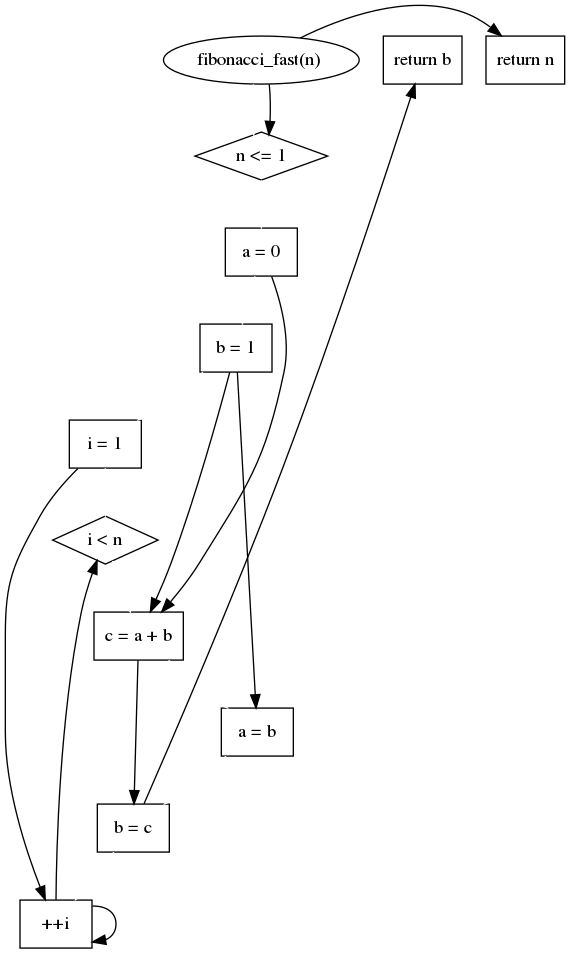
The Graphviz diagram ddg.gv.png in Olshanskaya/data_dependency_graph, before a commit. Its source is kept beside it as ddg.gv.
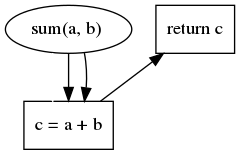
After the commit.

The edit, as a diff of the source:
```diff
@@ -1,33 +1,9 @@
 digraph {
-	fun_decl [label="fibonacci_fast(n) "]
-	"n <= 1" [label="n <= 1" shape=diamond]
-	fun_decl -> "n <= 1" [color=white constraint=true]
-	fun_decl -> "n <= 1" [color=black constraint=true]
-	return10 [label="return n" shape=box]
-	fun_decl -> return10 [color=black constraint=false]
-	a1 [label="a = 0" shape=box]
-	"n <= 1" -> a1 [color=white constraint=true]
-	b1 [label="b = 1" shape=box]
-	a1 -> b1 [color=white constraint=true]
-	i1 [label="i = 1" shape=box]
-	b1 -> i1 [color=white constraint=true]
-	"i < n" [label="i < n" shape=diamond]
-	i1 -> "i < n" [color=white constraint=true]
+	fun_decl [label="sum(a, b) "]
 	c1 [label="c = a + b" shape=box]
-	"i < n" -> c1 [color=white constraint=true]
-	b1 -> c1 [color=black constraint=true]
-	a1 -> c1 [color=black constraint=true]
-	a11 [label="a = b" shape=box]
-	c1 -> a11 [color=white constraint=true]
-	b1 -> a11 [color=black constraint=true]
-	b11 [label="b = c" shape=box]
-	a11 -> b11 [color=white constraint=true]
-	c1 -> b11 [color=black constraint=true]
-	i11 [label="++i" shape=box]
-	b11 -> i11 [color=white constraint=true]
-	i1 -> i11 [color=black constraint=true]
-	i11 -> i11 [color=black constraint=true]
-	i11 -> "i < n" [color=black constraint=true]
-	return26 [label="return b" shape=box]
-	b11 -> return26 [color=black constraint=false]
+	fun_decl -> c1 [color=white constraint=true]
+	fun_decl -> c1 [color=black constraint=true]
+	fun_decl -> c1 [color=black constraint=true]
+	return9 [label="return c" shape=box]
+	c1 -> return9 [color=black constraint=false]
 }
```
